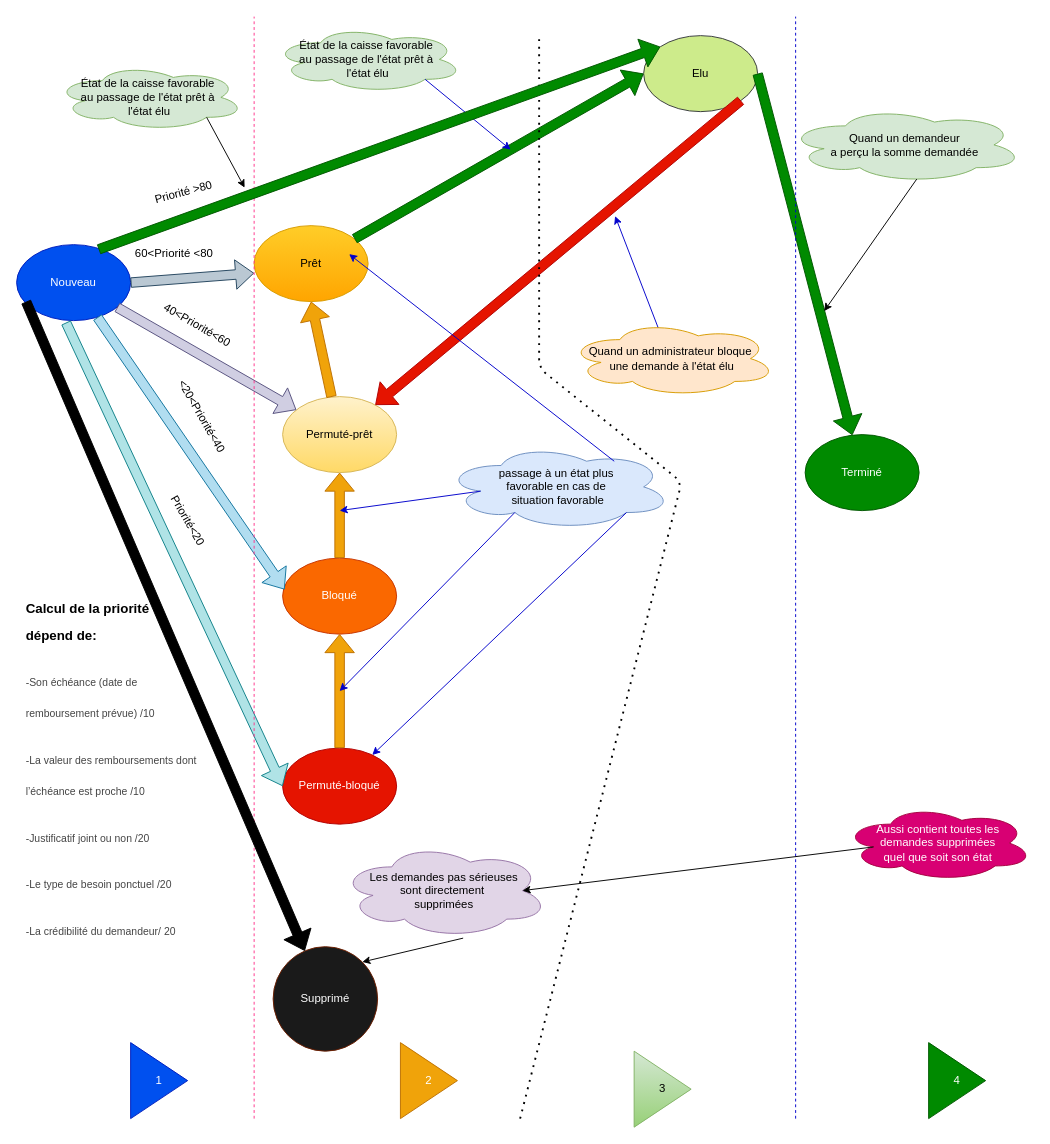
Before: Untitled Diagram.drawio in ambou-97/Sutura, a draw.io diagram. Source tidied: cells renumbered, new cells numbered last; positions are measured from the earlier drawing's top-left corner, leaving out a move shared by most shapes. Both pictures are drawn from the tidied source at 95%, with x=0, y=0 at pixel (16, 16).
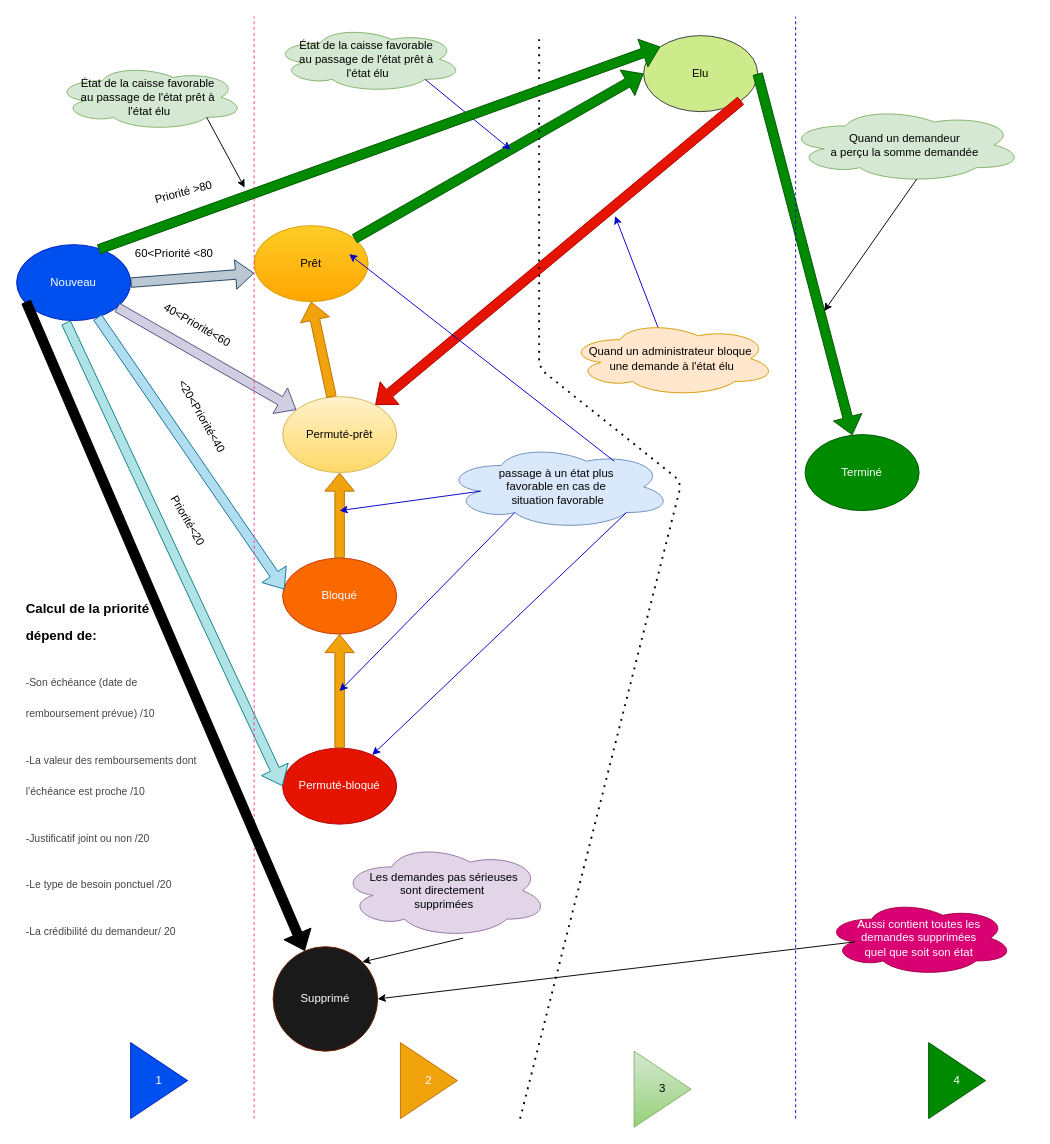
The same page after the edit.

Unchanged cells that the change refers to:
```xml
<mxCell id="41" value="Supprimé" style="ellipse;whiteSpace=wrap;html=1;strokeColor=#6D1F00;fontColor=#ffffff;fillColor=#1A1A1A;" parent="1" vertex="1">
  <mxGeometry x="270" y="979" width="110" height="110" as="geometry" />
</mxCell>
<mxCell id="43" value="Les demandes pas sérieuses&lt;br&gt;sont directement&amp;nbsp;&lt;br&gt;supprimées" style="ellipse;shape=cloud;whiteSpace=wrap;html=1;fillColor=#e1d5e7;strokeColor=#9673a6;" parent="1" vertex="1">
  <mxGeometry x="340" y="870" width="220" height="100" as="geometry" />
</mxCell>
```

Diff of the diagram source:
```diff
@@
     <mxCell id="49" value="Aussi contient toutes les&lt;br&gt;demandes supprimées&lt;br&gt;quel que soit son état" style="ellipse;shape=cloud;whiteSpace=wrap;html=1;fillColor=#d80073;strokeColor=#A50040;fontColor=#ffffff;" parent="1" vertex="1">
-      <mxGeometry x="870" y="830" width="200" height="80" as="geometry" />
+      <mxGeometry x="850" y="930" width="200" height="80" as="geometry" />
     </mxCell>
-    <mxCell id="50" style="endArrow=classic;html=1;entryX=0.875;entryY=0.5;entryDx=0;entryDy=0;exitX=0.16;exitY=0.55;exitDx=0;exitDy=0;exitPerimeter=0;entryPerimeter=0;" parent="1" edge="1" source="49" target="43">
+    <mxCell id="50" style="endArrow=classic;html=1;entryX=1;entryY=0.5;entryDx=0;entryDy=0;exitX=0.16;exitY=0.55;exitDx=0;exitDy=0;exitPerimeter=0;" parent="1" edge="1" source="49" target="41">
       <mxGeometry relative="1" as="geometry" />
     </mxCell>
```
